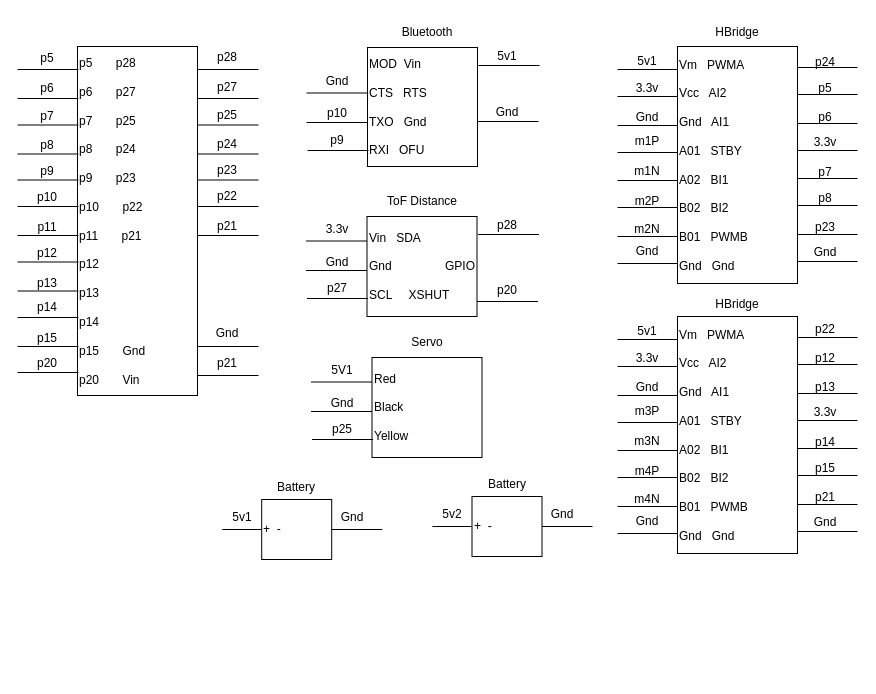
This is BlockDiagram.drawio from nima-5/4180-Final-Project, a draw.io file, before an edit. Source tidied: cells renumbered, new cells numbered last; positions are measured from the earlier drawing's top-left corner, leaving out a move shared by most shapes. Both pictures are drawn from the tidied source at 100%, with x=0, y=0 at pixel (17, 17).
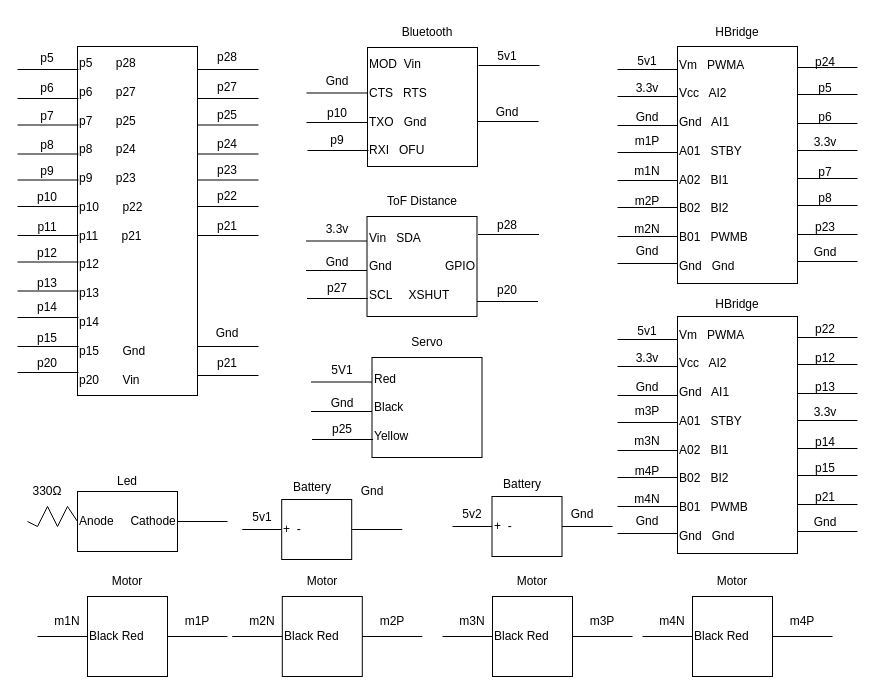
After the change.

Commit message (it also covers changes not shown here):
fixed block diagram

Diff of the diagram source:
```diff
@@
     <mxCell id="102" value="+&lt;span style=&quot;white-space: pre;&quot;&gt; &lt;span style=&quot;white-space: pre;&quot;&gt; -&lt;/span&gt;&lt;/span&gt;" style="rounded=0;whiteSpace=wrap;html=1;align=left;" parent="1" vertex="1">
-      <mxGeometry x="244.2" y="482" width="70" height="60" as="geometry" />
+      <mxGeometry x="264.2" y="482" width="70" height="60" as="geometry" />
     </mxCell>
     <mxCell id="103" style="endArrow=none;html=1;rounded=0;entryX=0;entryY=0.5;entryDx=0;entryDy=0;" parent="1" edge="1" target="102">
       <mxGeometry relative="1" as="geometry">
-        <mxPoint x="204.8" y="512" as="sourcePoint" />
+        <mxPoint x="224.8" y="512" as="sourcePoint" />
       </mxGeometry>
     </mxCell>
     <mxCell id="104" style="endArrow=none;html=1;rounded=0;entryX=1;entryY=0.5;entryDx=0;entryDy=0;" parent="1" edge="1" target="102">
       <mxGeometry relative="1" as="geometry">
-        <mxPoint x="364.8" y="512" as="sourcePoint" />
+        <mxPoint x="384.8" y="512" as="sourcePoint" />
       </mxGeometry>
     </mxCell>
     <mxCell id="105" value="5v1" style="text;html=1;strokeColor=none;fillColor=none;align=center;verticalAlign=middle;whiteSpace=wrap;rounded=0;" parent="1" vertex="1">
-      <mxGeometry x="194.8" y="485" width="60" height="30" as="geometry" />
+      <mxGeometry x="214.8" y="485" width="60" height="30" as="geometry" />
     </mxCell>
     <mxCell id="106" value="Gnd" style="text;html=1;strokeColor=none;fillColor=none;align=center;verticalAlign=middle;whiteSpace=wrap;rounded=0;" parent="1" vertex="1">
-      <mxGeometry x="304.8" y="485" width="60" height="30" as="geometry" />
+      <mxGeometry x="324.8" y="459" width="60" height="30" as="geometry" />
     </mxCell>
     <mxCell id="107" value="+&lt;span style=&quot;white-space: pre;&quot;&gt; &lt;span style=&quot;white-space: pre;&quot;&gt; -&lt;/span&gt;&lt;/span&gt;" style="rounded=0;whiteSpace=wrap;html=1;align=left;" parent="1" vertex="1">
-      <mxGeometry x="454.5" y="479" width="70" height="60" as="geometry" />
+      <mxGeometry x="474.5" y="479" width="70" height="60" as="geometry" />
     </mxCell>
     <mxCell id="108" style="endArrow=none;html=1;rounded=0;entryX=0;entryY=0.5;entryDx=0;entryDy=0;" parent="1" edge="1" target="107">
       <mxGeometry relative="1" as="geometry">
-        <mxPoint x="415" y="509" as="sourcePoint" />
+        <mxPoint x="435" y="509" as="sourcePoint" />
       </mxGeometry>
     </mxCell>
     <mxCell id="109" style="endArrow=none;html=1;rounded=0;entryX=1;entryY=0.5;entryDx=0;entryDy=0;" parent="1" edge="1" target="107">
       <mxGeometry relative="1" as="geometry">
-        <mxPoint x="575" y="509" as="sourcePoint" />
+        <mxPoint x="595" y="509" as="sourcePoint" />
       </mxGeometry>
     </mxCell>
     <mxCell id="110" value="5v2" style="text;html=1;strokeColor=none;fillColor=none;align=center;verticalAlign=middle;whiteSpace=wrap;rounded=0;" parent="1" vertex="1">
-      <mxGeometry x="405" y="482" width="60" height="30" as="geometry" />
+      <mxGeometry x="425" y="482" width="60" height="30" as="geometry" />
     </mxCell>
     <mxCell id="111" value="Gnd" style="text;html=1;strokeColor=none;fillColor=none;align=center;verticalAlign=middle;whiteSpace=wrap;rounded=0;" parent="1" vertex="1">
-      <mxGeometry x="515" y="482" width="60" height="30" as="geometry" />
+      <mxGeometry x="535" y="482" width="60" height="30" as="geometry" />
     </mxCell>
     <mxCell id="112" value="Battery" style="text;html=1;strokeColor=none;fillColor=none;align=center;verticalAlign=middle;whiteSpace=wrap;rounded=0;" parent="1" vertex="1">
-      <mxGeometry x="249.2" y="455" width="60" height="30" as="geometry" />
+      <mxGeometry x="264.8" y="455" width="60" height="30" as="geometry" />
     </mxCell>
     <mxCell id="113" value="Battery" style="text;html=1;strokeColor=none;fillColor=none;align=center;verticalAlign=middle;whiteSpace=wrap;rounded=0;" parent="1" vertex="1">
-      <mxGeometry x="459.5" y="452" width="60" height="30" as="geometry" />
+      <mxGeometry x="475" y="452" width="60" height="30" as="geometry" />
     </mxCell>
@@
+    <mxCell id="157" value="Anode &amp;nbsp; &amp;nbsp;&amp;nbsp;&lt;span style=&quot;white-space: pre;&quot;&gt;&lt;span style=&quot;white-space: pre;&quot;&gt;Cathode&lt;/span&gt;&lt;/span&gt;" style="rounded=0;whiteSpace=wrap;html=1;align=left;" parent="1" vertex="1">
+      <mxGeometry x="60" y="474" width="100" height="60" as="geometry" />
+    </mxCell>
+    <mxCell id="158" style="endArrow=none;html=1;rounded=0;exitX=1;exitY=0.5;exitDx=0;exitDy=0;" parent="1" edge="1" source="157">
+      <mxGeometry relative="1" as="geometry">
+        <mxPoint x="210" y="504" as="targetPoint" />
+      </mxGeometry>
+    </mxCell>
+    <mxCell id="159" style="endArrow=none;html=1;rounded=0;exitX=0;exitY=0.5;exitDx=0;exitDy=0;" parent="1" edge="1" source="157">
+      <mxGeometry relative="1" as="geometry">
+        <mxPoint x="10" y="504" as="targetPoint" />
+        <Array as="points">
+          <mxPoint x="50" y="489" />
+          <mxPoint x="40" y="509" />
+          <mxPoint x="30" y="489" />
+          <mxPoint x="20" y="509" />
+        </Array>
+      </mxGeometry>
+    </mxCell>
+    <mxCell id="160" value="330Ω" style="text;html=1;strokeColor=none;fillColor=none;align=center;verticalAlign=middle;whiteSpace=wrap;rounded=0;" parent="1" vertex="1">
+      <mxGeometry y="459" width="60" height="30" as="geometry" />
+    </mxCell>
+    <mxCell id="161" value="Led" style="text;html=1;strokeColor=none;fillColor=none;align=center;verticalAlign=middle;whiteSpace=wrap;rounded=0;" parent="1" vertex="1">
+      <mxGeometry x="80" y="449" width="60" height="30" as="geometry" />
+    </mxCell>
+    <mxCell id="162" value="Black&lt;span style=&quot;white-space: pre;&quot;&gt; Red&lt;/span&gt;" style="whiteSpace=wrap;html=1;align=left;" parent="1" vertex="1">
+      <mxGeometry x="70" y="579" width="80" height="80" as="geometry" />
+    </mxCell>
+    <mxCell id="163" value="Motor" style="text;html=1;strokeColor=none;fillColor=none;align=center;verticalAlign=middle;whiteSpace=wrap;rounded=0;" parent="1" vertex="1">
+      <mxGeometry x="80" y="549" width="60" height="30" as="geometry" />
+    </mxCell>
+    <mxCell id="164" style="endArrow=none;html=1;rounded=0;exitX=1;exitY=0.5;exitDx=0;exitDy=0;" parent="1" edge="1" source="162">
+      <mxGeometry relative="1" as="geometry">
+        <mxPoint x="210" y="619" as="targetPoint" />
+      </mxGeometry>
+    </mxCell>
+    <mxCell id="165" style="endArrow=none;html=1;rounded=0;exitX=0;exitY=0.5;exitDx=0;exitDy=0;" parent="1" edge="1" source="162">
+      <mxGeometry relative="1" as="geometry">
+        <mxPoint x="20" y="619" as="targetPoint" />
+      </mxGeometry>
+    </mxCell>
+    <mxCell id="166" value="m1N" style="text;html=1;strokeColor=none;fillColor=none;align=center;verticalAlign=middle;whiteSpace=wrap;rounded=0;" parent="1" vertex="1">
+      <mxGeometry x="20" y="589" width="60" height="30" as="geometry" />
+    </mxCell>
+    <mxCell id="167" value="m1P" style="text;html=1;strokeColor=none;fillColor=none;align=center;verticalAlign=middle;whiteSpace=wrap;rounded=0;" parent="1" vertex="1">
+      <mxGeometry x="150" y="589" width="60" height="30" as="geometry" />
+    </mxCell>
+    <mxCell id="168" value="Black&lt;span style=&quot;white-space: pre;&quot;&gt; Red&lt;/span&gt;" style="whiteSpace=wrap;html=1;align=left;" parent="1" vertex="1">
+      <mxGeometry x="264.8" y="579" width="80" height="80" as="geometry" />
+    </mxCell>
+    <mxCell id="169" value="Motor" style="text;html=1;strokeColor=none;fillColor=none;align=center;verticalAlign=middle;whiteSpace=wrap;rounded=0;" parent="1" vertex="1">
+      <mxGeometry x="274.8" y="549" width="60" height="30" as="geometry" />
+    </mxCell>
+    <mxCell id="170" style="endArrow=none;html=1;rounded=0;exitX=1;exitY=0.5;exitDx=0;exitDy=0;" parent="1" edge="1" source="168">
+      <mxGeometry relative="1" as="geometry">
+        <mxPoint x="404.8" y="619" as="targetPoint" />
+      </mxGeometry>
+    </mxCell>
+    <mxCell id="171" style="endArrow=none;html=1;rounded=0;exitX=0;exitY=0.5;exitDx=0;exitDy=0;" parent="1" edge="1" source="168">
+      <mxGeometry relative="1" as="geometry">
+        <mxPoint x="214.8" y="619" as="targetPoint" />
+      </mxGeometry>
+    </mxCell>
+    <mxCell id="172" value="m2N" style="text;html=1;strokeColor=none;fillColor=none;align=center;verticalAlign=middle;whiteSpace=wrap;rounded=0;" parent="1" vertex="1">
+      <mxGeometry x="214.8" y="589" width="60" height="30" as="geometry" />
+    </mxCell>
+    <mxCell id="173" value="m2P" style="text;html=1;strokeColor=none;fillColor=none;align=center;verticalAlign=middle;whiteSpace=wrap;rounded=0;" parent="1" vertex="1">
+      <mxGeometry x="344.8" y="589" width="60" height="30" as="geometry" />
+    </mxCell>
+    <mxCell id="174" value="Black&lt;span style=&quot;white-space: pre;&quot;&gt; Red&lt;/span&gt;" style="whiteSpace=wrap;html=1;align=left;" parent="1" vertex="1">
+      <mxGeometry x="475" y="579" width="80" height="80" as="geometry" />
+    </mxCell>
+    <mxCell id="175" value="Motor" style="text;html=1;strokeColor=none;fillColor=none;align=center;verticalAlign=middle;whiteSpace=wrap;rounded=0;" parent="1" vertex="1">
+      <mxGeometry x="485" y="549" width="60" height="30" as="geometry" />
+    </mxCell>
+    <mxCell id="176" style="endArrow=none;html=1;rounded=0;exitX=1;exitY=0.5;exitDx=0;exitDy=0;" parent="1" edge="1" source="174">
+      <mxGeometry relative="1" as="geometry">
+        <mxPoint x="615" y="619" as="targetPoint" />
+      </mxGeometry>
+    </mxCell>
+    <mxCell id="177" style="endArrow=none;html=1;rounded=0;exitX=0;exitY=0.5;exitDx=0;exitDy=0;" parent="1" edge="1" source="174">
+      <mxGeometry relative="1" as="geometry">
+        <mxPoint x="425" y="619" as="targetPoint" />
+      </mxGeometry>
+    </mxCell>
+    <mxCell id="178" value="m3N" style="text;html=1;strokeColor=none;fillColor=none;align=center;verticalAlign=middle;whiteSpace=wrap;rounded=0;" parent="1" vertex="1">
+      <mxGeometry x="425" y="589" width="60" height="30" as="geometry" />
+    </mxCell>
+    <mxCell id="179" value="m3P" style="text;html=1;strokeColor=none;fillColor=none;align=center;verticalAlign=middle;whiteSpace=wrap;rounded=0;" parent="1" vertex="1">
+      <mxGeometry x="555" y="589" width="60" height="30" as="geometry" />
+    </mxCell>
+    <mxCell id="180" value="Black&lt;span style=&quot;white-space: pre;&quot;&gt; Red&lt;/span&gt;" style="whiteSpace=wrap;html=1;align=left;" parent="1" vertex="1">
+      <mxGeometry x="675" y="579" width="80" height="80" as="geometry" />
+    </mxCell>
+    <mxCell id="181" value="Motor" style="text;html=1;strokeColor=none;fillColor=none;align=center;verticalAlign=middle;whiteSpace=wrap;rounded=0;" parent="1" vertex="1">
+      <mxGeometry x="685" y="549" width="60" height="30" as="geometry" />
+    </mxCell>
+    <mxCell id="182" style="endArrow=none;html=1;rounded=0;exitX=1;exitY=0.5;exitDx=0;exitDy=0;" parent="1" edge="1" source="180">
+      <mxGeometry relative="1" as="geometry">
+        <mxPoint x="815" y="619" as="targetPoint" />
+      </mxGeometry>
+    </mxCell>
+    <mxCell id="183" style="endArrow=none;html=1;rounded=0;exitX=0;exitY=0.5;exitDx=0;exitDy=0;" parent="1" edge="1" source="180">
+      <mxGeometry relative="1" as="geometry">
+        <mxPoint x="625" y="619" as="targetPoint" />
+      </mxGeometry>
+    </mxCell>
+    <mxCell id="184" value="m4N" style="text;html=1;strokeColor=none;fillColor=none;align=center;verticalAlign=middle;whiteSpace=wrap;rounded=0;" parent="1" vertex="1">
+      <mxGeometry x="625" y="589" width="60" height="30" as="geometry" />
+    </mxCell>
+    <mxCell id="185" value="m4P" style="text;html=1;strokeColor=none;fillColor=none;align=center;verticalAlign=middle;whiteSpace=wrap;rounded=0;" parent="1" vertex="1">
+      <mxGeometry x="755" y="589" width="60" height="30" as="geometry" />
+    </mxCell>
```
